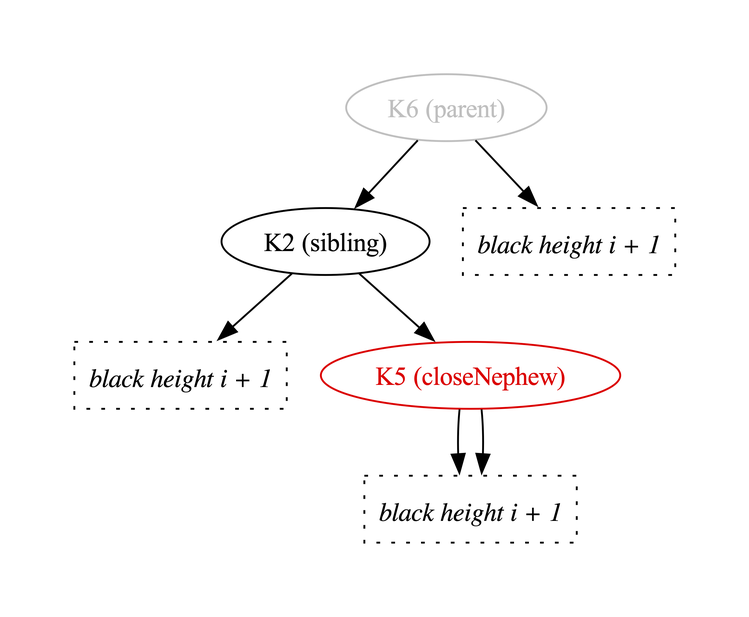
Above: Fw/DataStructures/docs/diagrams/removeBlackLeafNode/red-close-nephew-1.png in nasa/fprime (Graphviz), before the change. Its source is kept beside it as Fw/DataStructures/docs/diagrams/removeBlackLeafNode/red-close-nephew-1.dot.
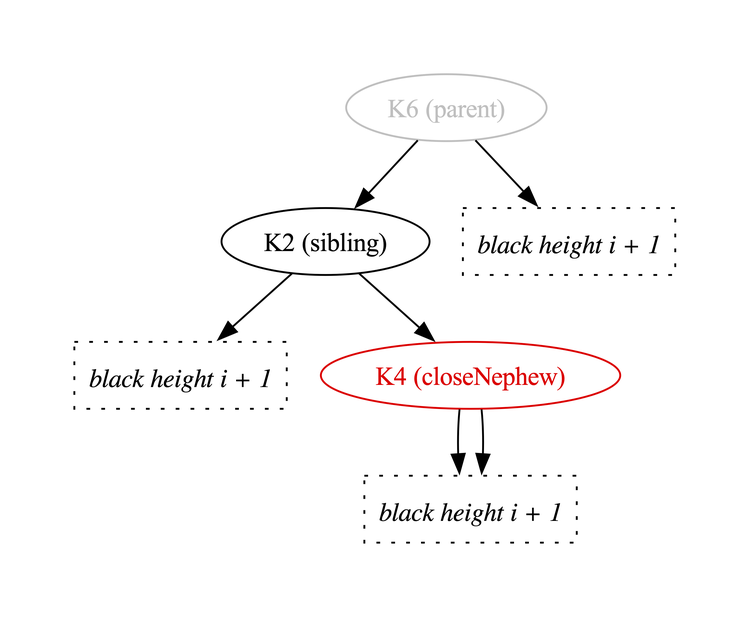
The same file after the commit.

Diff of the diagram source:
```diff
@@ -3,13 +3,13 @@
   K6 -> K2
   K6 -> BH1
   K2 -> BH2
-  K2 -> K5
+  K2 -> K4
 
-  K5 -> BH3
-  K5 -> BH3
+  K4 -> BH3
+  K4 -> BH3
 
   K2 [label="K2 (sibling)"]
-  K5 [label="K5 (closeNephew)",color="red",fontcolor="red"]
+  K4 [label="K4 (closeNephew)",color="red",fontcolor="red"]
   K6 [label="K6 (parent)",color="gray",fontcolor="gray"]
 
   BH1 [shape="box",label="black height i + 1",style="dotted",fontname="Italic"]
```
